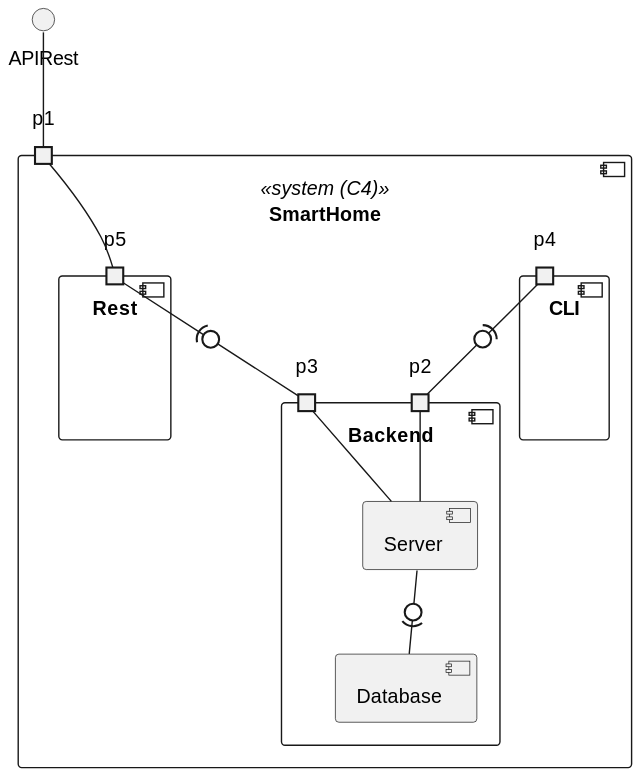
Before: docs/C4_4plus1_models/Level2/LogicalView/LogicalViewLevel2_v1.svg, a diagram exported from PlantUML (moutajDev/smarthome).
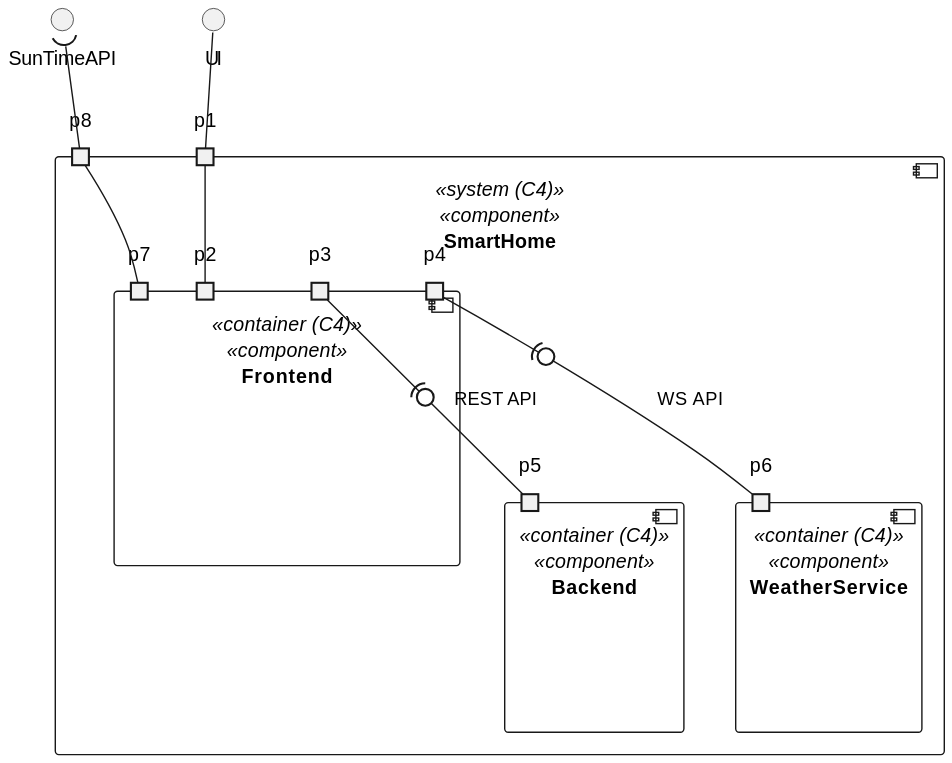
Above is the later version.

What changed in the source:
```diff
@@ -1,31 +1,30 @@
 @startuml
-component SmartHome <<system (C4)>> {
+component SmartHome <<system (C4)>><<component>> {
+
     port p1
+    port p8
 
-    component Backend {
+    component Frontend <<container (C4)>><<component>> {
         port p2
         port p3
-        component Database
-        component Server
+        port p4
+        port p7
     }
 
-    component CLI{
-        port p4
-    }
+    component Backend <<container (C4)>><<component>>  {
+            port p5
+        }
 
-    component Rest{
-        port p5
-    }
+    component WeatherService <<container (C4)>><<component>>  {
+
+            port p6
+        }
 }
 
-
-p5 - p1
-p5 -(0- p3
-
-p4 -(0- p2
-p1 -up- APIRest
-
-Server -0)- Database
-Server - p2
-Server - p3
+p1 -up- UI
+p1 - p2
+p3 -(0- p5 : REST API
+p4 -(0- p6 : WS API
+p7 -down- p8
+p8 -up-( SunTimeAPI
 @enduml
```
